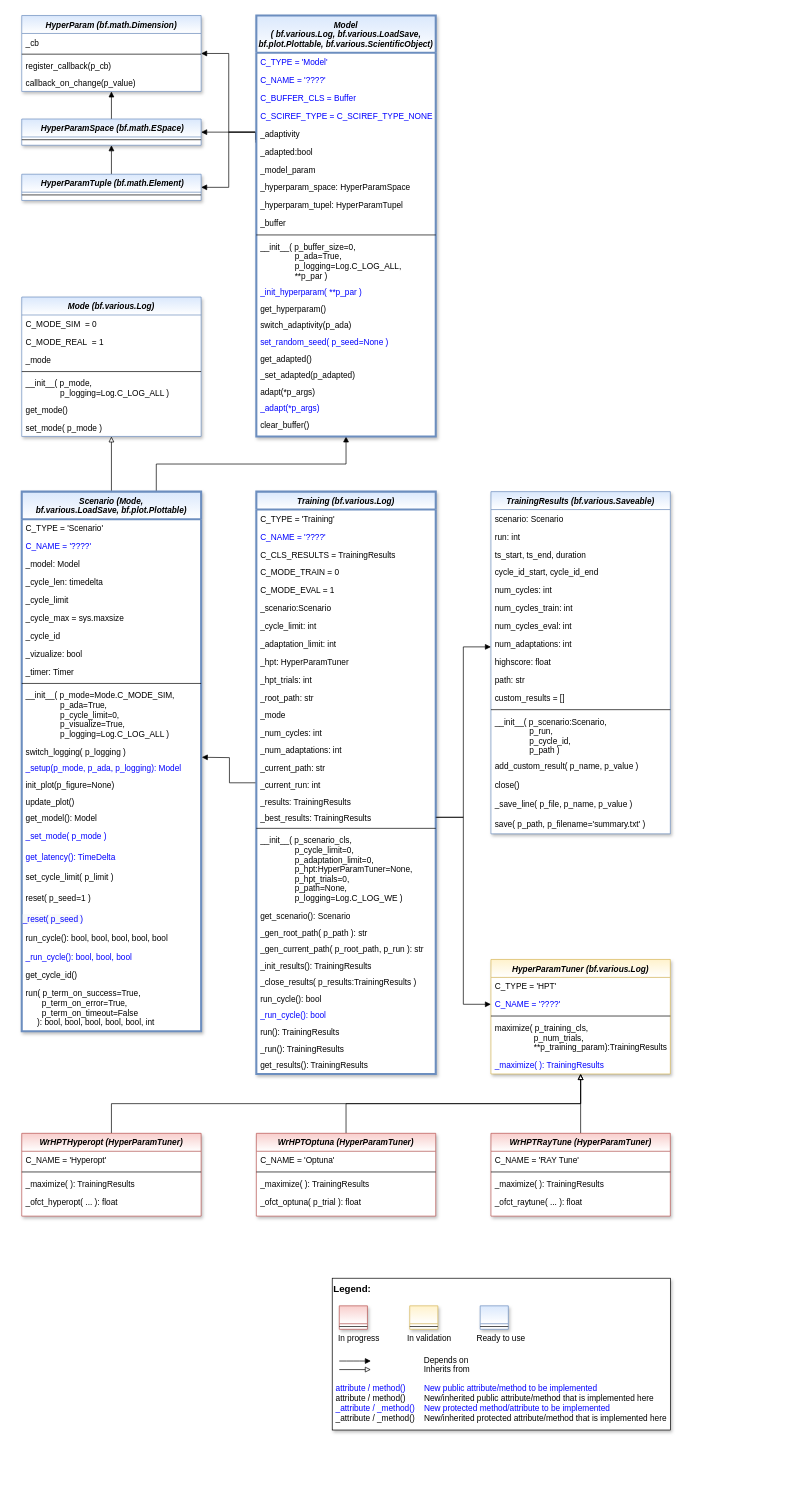
Before: doc/rtd/content/append2/core/images/bf/MLPro-BF-ML_class_diagram.drawio in fhswf/MLPro, a draw.io diagram. Source tidied: cells renumbered, new cells numbered last; positions are measured from the earlier drawing's top-left corner, leaving out a move shared by most shapes. Both pictures are drawn from the tidied source at 69%, with x=0, y=0 at pixel (21, 15).
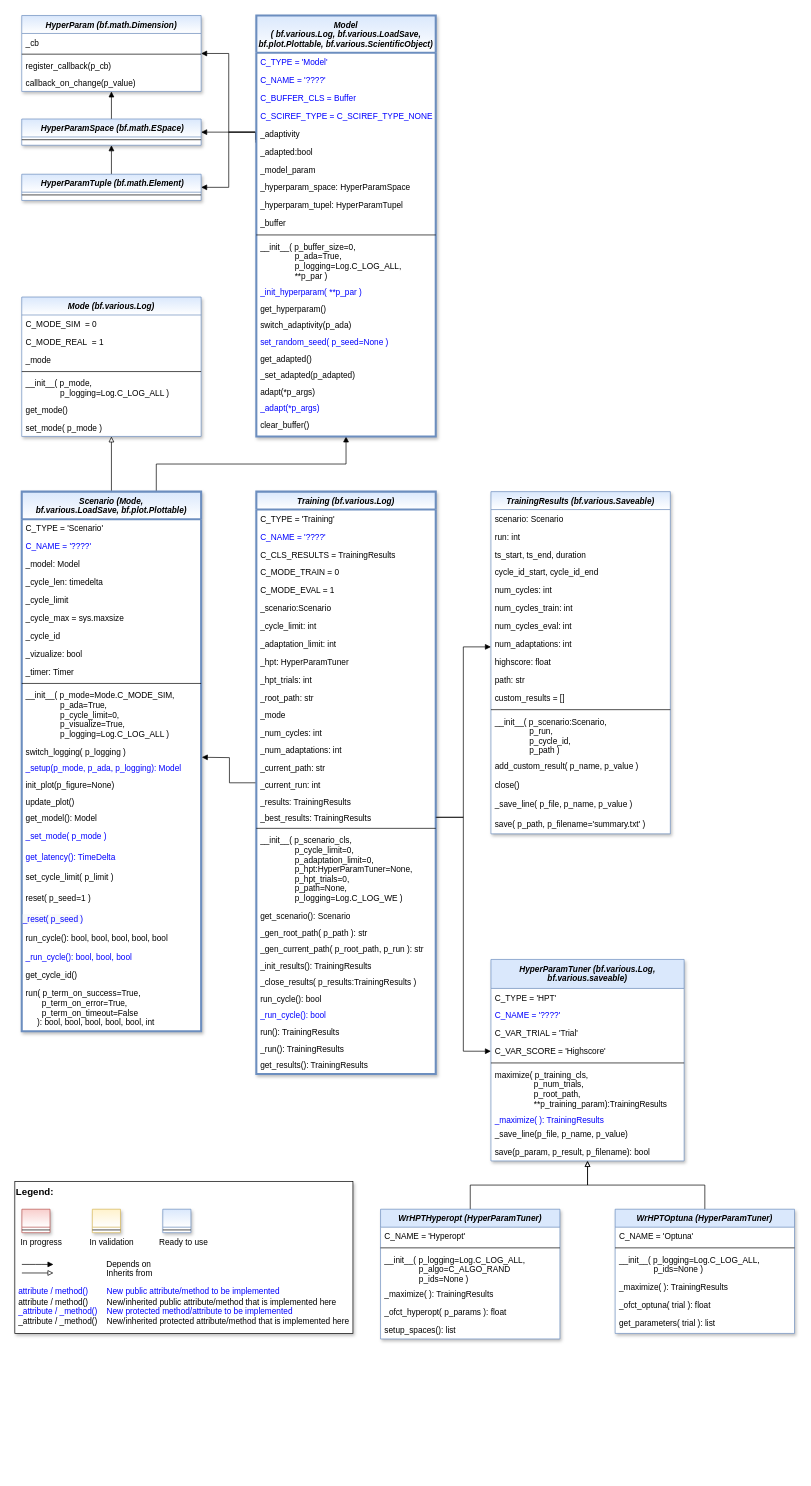
The same page after the edit.

Commit message (it also covers changes not shown here):
Update MLPro-BF-ML_class_diagram

Unchanged cells that the change refers to:
```xml
<mxCell id="124" value="_best_results: TrainingResults" style="text;align=left;verticalAlign=top;spacingLeft=4;spacingRight=4;overflow=hidden;points=[[0,0.5],[1,0.5]];portConstraint=eastwest;" parent="106" vertex="1">
  <mxGeometry y="460" width="260" height="24" as="geometry" />
</mxCell>
```

The edit, as a diff of the source:
```diff
@@
-    <mxCell id="32" value="HyperParamTuner (bf.various.Log)" style="swimlane;fontStyle=3;align=center;verticalAlign=top;horizontal=1;startSize=26;rounded=0;shadow=1;strokeWidth=1;fillColor=#fff2cc;strokeColor=#d6b656;gradientColor=#ffffff;swimlaneFillColor=#ffffff;" parent="1" vertex="1">
-      <mxGeometry x="680" y="1368" width="260" height="166" as="geometry" />
+    <mxCell id="32" value="HyperParamTuner (bf.various.Log,&#10;bf.various.saveable)" style="swimlane;fontStyle=3;align=center;verticalAlign=top;horizontal=1;startSize=42;rounded=0;shadow=1;strokeWidth=1;fillColor=#dae8fc;strokeColor=#6c8ebf;swimlaneFillColor=#ffffff;" parent="1" vertex="1">
+      <mxGeometry x="680" y="1368" width="280" height="292" as="geometry" />
     </mxCell>
     <mxCell id="33" value="C_TYPE = 'HPT'" style="text;align=left;verticalAlign=top;spacingLeft=4;spacingRight=4;overflow=hidden;" parent="32" vertex="1">
-      <mxGeometry y="26" width="260" height="26" as="geometry" />
+      <mxGeometry y="42" width="280" height="26" as="geometry" />
     </mxCell>
+    <mxCell id="160" value="C_NAME = '????'" style="text;align=left;verticalAlign=top;spacingLeft=4;spacingRight=4;overflow=hidden;fontColor=#0000FF;" parent="32" vertex="1">
+      <mxGeometry y="68" width="280" height="26" as="geometry" />
+    </mxCell>
+    <mxCell id="161" value="C_VAR_TRIAL = 'Trial'" style="text;align=left;verticalAlign=top;spacingLeft=4;spacingRight=4;overflow=hidden;" parent="32" vertex="1">
+      <mxGeometry y="94" width="280" height="26" as="geometry" />
+    </mxCell>
-    <mxCell id="34" value="C_NAME = '????'" style="text;align=left;verticalAlign=top;spacingLeft=4;spacingRight=4;overflow=hidden;points=[[0,0.5],[1,0.5]];portConstraint=eastwest;fontColor=#0000FF;" parent="32" vertex="1">
-      <mxGeometry y="52" width="260" height="26" as="geometry" />
+    <mxCell id="34" value="C_VAR_SCORE = 'Highscore'" style="text;align=left;verticalAlign=top;spacingLeft=4;spacingRight=4;overflow=hidden;points=[[0,0.5],[1,0.5]];portConstraint=eastwest;fontColor=#000000;" parent="32" vertex="1">
+      <mxGeometry y="120" width="280" height="26" as="geometry" />
     </mxCell>
     <mxCell id="35" style="line;html=1;strokeWidth=1;align=left;verticalAlign=middle;spacingTop=-1;spacingLeft=3;spacingRight=3;labelPosition=right;" parent="32" vertex="1">
-      <mxGeometry y="78" width="260" height="8" as="geometry" />
+      <mxGeometry y="146" width="280" height="8" as="geometry" />
     </mxCell>
-    <mxCell id="36" value="maximize( p_training_cls, &#10;                 p_num_trials, &#10;                 **p_training_param):TrainingResults" style="text;align=left;verticalAlign=top;spacingLeft=4;spacingRight=4;overflow=hidden;" parent="32" vertex="1">
-      <mxGeometry y="86" width="260" height="54" as="geometry" />
+    <mxCell id="36" value="maximize( p_training_cls, &#10;                 p_num_trials, &#10;                 p_root_path,&#10;                 **p_training_param):TrainingResults" style="text;align=left;verticalAlign=top;spacingLeft=4;spacingRight=4;overflow=hidden;" parent="32" vertex="1">
+      <mxGeometry y="154" width="280" height="66" as="geometry" />
     </mxCell>
     <mxCell id="37" value="_maximize( ): TrainingResults" style="text;align=left;verticalAlign=top;spacingLeft=4;spacingRight=4;overflow=hidden;fontColor=#0000FF;" parent="32" vertex="1">
-      <mxGeometry y="140" width="260" height="26" as="geometry" />
+      <mxGeometry y="220" width="280" height="20" as="geometry" />
     </mxCell>
+    <mxCell id="162" value="_save_line(p_file, p_name, p_value)" style="text;align=left;verticalAlign=top;spacingLeft=4;spacingRight=4;overflow=hidden;" parent="32" vertex="1">
+      <mxGeometry y="240" width="280" height="26" as="geometry" />
+    </mxCell>
+    <mxCell id="163" value="save(p_param, p_result, p_filename): bool" style="text;align=left;verticalAlign=top;spacingLeft=4;spacingRight=4;overflow=hidden;" parent="32" vertex="1">
+      <mxGeometry y="266" width="280" height="26" as="geometry" />
+    </mxCell>
@@
-    <mxCell id="39" value="WrHPTOptuna (HyperParamTuner)" style="swimlane;fontStyle=3;align=center;verticalAlign=top;horizontal=1;startSize=26;rounded=0;shadow=1;strokeWidth=1;fillColor=#f8cecc;strokeColor=#b85450;gradientColor=#ffffff;swimlaneFillColor=#ffffff;" parent="1" vertex="1">
-      <mxGeometry x="340" y="1620" width="260" height="120" as="geometry" />
+    <mxCell id="39" value="WrHPTOptuna (HyperParamTuner)" style="swimlane;fontStyle=3;align=center;verticalAlign=top;horizontal=1;startSize=26;rounded=0;shadow=1;strokeWidth=1;fillColor=#dae8fc;strokeColor=#6c8ebf;swimlaneFillColor=#ffffff;" parent="1" vertex="1">
+      <mxGeometry x="860" y="1730" width="260" height="180" as="geometry" />
     </mxCell>
@@
+    <mxCell id="164" value="__init__( p_logging=Log.C_LOG_ALL,&#10;               p_ids=None )" style="text;align=left;verticalAlign=top;spacingLeft=4;spacingRight=4;overflow=hidden;" parent="39" vertex="1">
+      <mxGeometry y="60" width="260" height="40" as="geometry" />
+    </mxCell>
     <mxCell id="42" value="_maximize( ): TrainingResults" style="text;align=left;verticalAlign=top;spacingLeft=4;spacingRight=4;overflow=hidden;" parent="39" vertex="1">
-      <mxGeometry y="60" width="260" height="26" as="geometry" />
+      <mxGeometry y="100" width="260" height="26" as="geometry" />
     </mxCell>
-    <mxCell id="43" value="_ofct_optuna( p_trial ): float" style="text;align=left;verticalAlign=top;spacingLeft=4;spacingRight=4;overflow=hidden;" parent="39" vertex="1">
-      <mxGeometry y="86" width="260" height="26" as="geometry" />
+    <mxCell id="43" value="_ofct_optuna( trial ): float" style="text;align=left;verticalAlign=top;spacingLeft=4;spacingRight=4;overflow=hidden;" parent="39" vertex="1">
+      <mxGeometry y="126" width="260" height="26" as="geometry" />
     </mxCell>
-    <mxCell id="44" style="edgeStyle=orthogonalEdgeStyle;rounded=0;jettySize=auto;html=1;fontColor=#000000;endArrow=block;endFill=0;exitX=0.5;exitY=0;exitDx=0;exitDy=0;" parent="1" edge="1" source="45" target="32">
-      <mxGeometry relative="1" as="geometry" />
-    </mxCell>
-    <mxCell id="45" value="WrHPTRayTune (HyperParamTuner)" style="swimlane;fontStyle=3;align=center;verticalAlign=top;horizontal=1;startSize=26;rounded=0;shadow=1;strokeWidth=1;fillColor=#f8cecc;strokeColor=#b85450;gradientColor=#ffffff;swimlaneFillColor=#ffffff;" parent="1" vertex="1">
-      <mxGeometry x="680" y="1620" width="260" height="120" as="geometry" />
-    </mxCell>
-    <mxCell id="46" value="C_NAME = 'RAY Tune'" style="text;align=left;verticalAlign=top;spacingLeft=4;spacingRight=4;overflow=hidden;" parent="45" vertex="1">
-      <mxGeometry y="26" width="260" height="26" as="geometry" />
-    </mxCell>
-    <mxCell id="47" style="line;html=1;strokeWidth=1;align=left;verticalAlign=middle;spacingTop=-1;spacingLeft=3;spacingRight=3;labelPosition=right;" parent="45" vertex="1">
-      <mxGeometry y="52" width="260" height="8" as="geometry" />
-    </mxCell>
-    <mxCell id="48" value="_maximize( ): TrainingResults" style="text;align=left;verticalAlign=top;spacingLeft=4;spacingRight=4;overflow=hidden;" parent="45" vertex="1">
-      <mxGeometry y="60" width="260" height="26" as="geometry" />
-    </mxCell>
-    <mxCell id="49" value="_ofct_raytune( ... ): float" style="text;align=left;verticalAlign=top;spacingLeft=4;spacingRight=4;overflow=hidden;" parent="45" vertex="1">
-      <mxGeometry y="86" width="260" height="26" as="geometry" />
-    </mxCell>
+    <mxCell id="165" value="get_parameters( trial ): list" style="text;align=left;verticalAlign=top;spacingLeft=4;spacingRight=4;overflow=hidden;" parent="39" vertex="1">
+      <mxGeometry y="152" width="260" height="26" as="geometry" />
+    </mxCell>
@@
-    <mxCell id="51" value="WrHPTHyperopt (HyperParamTuner)" style="swimlane;fontStyle=3;align=center;verticalAlign=top;horizontal=1;startSize=26;rounded=0;shadow=1;strokeWidth=1;fillColor=#f8cecc;strokeColor=#b85450;gradientColor=#ffffff;swimlaneFillColor=#ffffff;" parent="1" vertex="1">
-      <mxGeometry y="1620" width="260" height="120" as="geometry" />
+    <mxCell id="51" value="WrHPTHyperopt (HyperParamTuner)" style="swimlane;fontStyle=3;align=center;verticalAlign=top;horizontal=1;startSize=26;rounded=0;shadow=1;strokeWidth=1;fillColor=#dae8fc;strokeColor=#6c8ebf;swimlaneFillColor=#ffffff;" parent="1" vertex="1">
+      <mxGeometry x="520" y="1730" width="260" height="188" as="geometry" />
     </mxCell>
@@
+    <mxCell id="166" value="__init__( p_logging=Log.C_LOG_ALL,&#10;               p_algo=C_ALGO_RAND&#10;               p_ids=None )" style="text;align=left;verticalAlign=top;spacingLeft=4;spacingRight=4;overflow=hidden;" parent="51" vertex="1">
+      <mxGeometry y="60" width="260" height="50" as="geometry" />
+    </mxCell>
     <mxCell id="54" value="_maximize( ): TrainingResults" style="text;align=left;verticalAlign=top;spacingLeft=4;spacingRight=4;overflow=hidden;" parent="51" vertex="1">
-      <mxGeometry y="60" width="260" height="26" as="geometry" />
+      <mxGeometry y="110" width="260" height="26" as="geometry" />
     </mxCell>
-    <mxCell id="55" value="_ofct_hyperopt( ... ): float" style="text;align=left;verticalAlign=top;spacingLeft=4;spacingRight=4;overflow=hidden;" parent="51" vertex="1">
-      <mxGeometry y="86" width="260" height="26" as="geometry" />
+    <mxCell id="55" value="_ofct_hyperopt( p_params ): float" style="text;align=left;verticalAlign=top;spacingLeft=4;spacingRight=4;overflow=hidden;" parent="51" vertex="1">
+      <mxGeometry y="136" width="260" height="26" as="geometry" />
     </mxCell>
+    <mxCell id="167" value="setup_spaces(): list" style="text;align=left;verticalAlign=top;spacingLeft=4;spacingRight=4;overflow=hidden;" parent="51" vertex="1">
+      <mxGeometry y="162" width="260" height="26" as="geometry" />
+    </mxCell>
@@
     <mxCell id="92" style="group;" parent="1" vertex="1">
-      <mxGeometry x="450" y="1830" width="490" height="220" as="geometry" />
+      <mxGeometry x="-10" y="1690" width="490" height="220" as="geometry" />
     </mxCell>
@@
     <mxCell id="159" style="edgeStyle=orthogonalEdgeStyle;rounded=0;jettySize=auto;html=1;entryX=0;entryY=0.5;entryDx=0;entryDy=0;endArrow=block;endFill=1;" parent="1" edge="1" source="124" target="34">
       <mxGeometry relative="1" as="geometry">
         <Array as="points">
           <mxPoint x="640" y="1162" />
-          <mxPoint x="640" y="1433" />
+          <mxPoint x="640" y="1501" />
         </Array>
       </mxGeometry>
     </mxCell>
```
